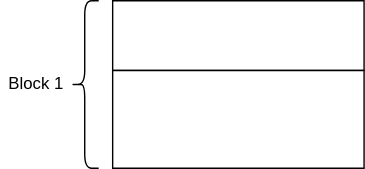
zwangsheng/draw keeps this draw.io diagram as levelDB/LevelDB-LogFile.drawio.svg. Above is the earlier version. Source tidied: cells renumbered, new cells last; positions are measured from the earlier drawing's top-left corner, leaving out a move shared by most shapes. The source it was exported from:
```xml
<mxGraphModel>
  <root>
    <mxCell id="0" />
    <mxCell id="1" parent="0" />
    <mxCell id="2" style="shape=curlyBracket;whiteSpace=wrap;html=1;rounded=1;" parent="1" vertex="1">
      <mxGeometry x="50" width="20" height="120" as="geometry" />
    </mxCell>
    <mxCell id="3" style="verticalLabelPosition=bottom;verticalAlign=top;html=1;shape=mxgraph.basic.rect;fillColor2=none;strokeWidth=1;size=20;indent=5;" parent="1" vertex="1">
      <mxGeometry x="80" width="180" height="50" as="geometry" />
    </mxCell>
    <mxCell id="4" style="verticalLabelPosition=bottom;verticalAlign=top;html=1;shape=mxgraph.basic.rect;fillColor2=none;strokeWidth=1;size=20;indent=5;" parent="1" vertex="1">
      <mxGeometry x="80" y="50" width="180" height="70" as="geometry" />
    </mxCell>
    <mxCell id="5" value="Block 1" style="text;html=1;align=center;verticalAlign=middle;fillColor=none;strokeColor=none;rounded=0;" parent="1" vertex="1">
      <mxGeometry y="50" width="50" height="20" as="geometry" />
    </mxCell>
  </root>
</mxGraphModel>
```
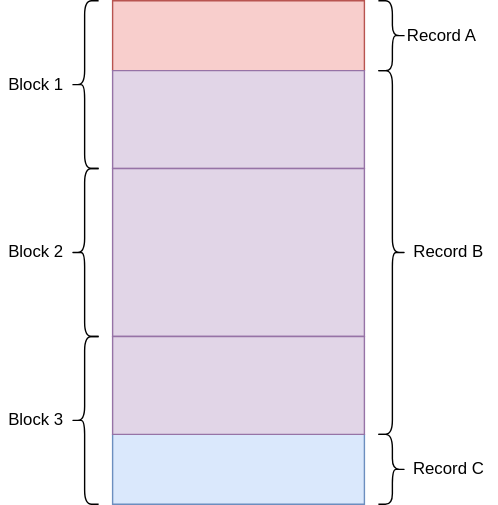
After the commit.

The edit, as a diff of the source:
```diff
@@ -5,14 +5,53 @@
     <mxCell id="2" style="shape=curlyBracket;whiteSpace=wrap;html=1;rounded=1;" parent="1" vertex="1">
       <mxGeometry x="50" width="20" height="120" as="geometry" />
     </mxCell>
-    <mxCell id="3" style="verticalLabelPosition=bottom;verticalAlign=top;html=1;shape=mxgraph.basic.rect;fillColor2=none;strokeWidth=1;size=20;indent=5;" parent="1" vertex="1">
+    <mxCell id="3" style="verticalLabelPosition=bottom;verticalAlign=top;html=1;shape=mxgraph.basic.rect;fillColor2=none;strokeWidth=1;size=20;indent=5;fillColor=#f8cecc;strokeColor=#b85450;" parent="1" vertex="1">
       <mxGeometry x="80" width="180" height="50" as="geometry" />
     </mxCell>
-    <mxCell id="4" style="verticalLabelPosition=bottom;verticalAlign=top;html=1;shape=mxgraph.basic.rect;fillColor2=none;strokeWidth=1;size=20;indent=5;" parent="1" vertex="1">
+    <mxCell id="4" style="verticalLabelPosition=bottom;verticalAlign=top;html=1;shape=mxgraph.basic.rect;fillColor2=none;strokeWidth=1;size=20;indent=5;fillColor=#e1d5e7;strokeColor=#9673a6;" parent="1" vertex="1">
       <mxGeometry x="80" y="50" width="180" height="70" as="geometry" />
     </mxCell>
     <mxCell id="5" value="Block 1" style="text;html=1;align=center;verticalAlign=middle;fillColor=none;strokeColor=none;rounded=0;" parent="1" vertex="1">
       <mxGeometry y="50" width="50" height="20" as="geometry" />
     </mxCell>
+    <mxCell id="6" style="rounded=0;whiteSpace=wrap;html=1;fillColor=#e1d5e7;strokeColor=#9673a6;" parent="1" vertex="1">
+      <mxGeometry x="80" y="120" width="180" height="120" as="geometry" />
+    </mxCell>
+    <mxCell id="7" style="verticalLabelPosition=bottom;verticalAlign=top;html=1;shape=mxgraph.basic.rect;fillColor2=none;strokeWidth=1;size=20;indent=5;fillColor=#dae8fc;strokeColor=#6c8ebf;" parent="1" vertex="1">
+      <mxGeometry x="80" y="310" width="180" height="50" as="geometry" />
+    </mxCell>
+    <mxCell id="8" style="verticalLabelPosition=bottom;verticalAlign=top;html=1;shape=mxgraph.basic.rect;fillColor2=none;strokeWidth=1;size=20;indent=5;fillColor=#e1d5e7;strokeColor=#9673a6;" parent="1" vertex="1">
+      <mxGeometry x="80" y="240" width="180" height="70" as="geometry" />
+    </mxCell>
+    <mxCell id="9" style="shape=curlyBracket;whiteSpace=wrap;html=1;rounded=1;" parent="1" vertex="1">
+      <mxGeometry x="50" y="240" width="20" height="120" as="geometry" />
+    </mxCell>
+    <mxCell id="10" style="shape=curlyBracket;whiteSpace=wrap;html=1;rounded=1;" parent="1" vertex="1">
+      <mxGeometry x="50" y="120" width="20" height="120" as="geometry" />
+    </mxCell>
+    <mxCell id="11" value="Block 3" style="text;html=1;align=center;verticalAlign=middle;fillColor=none;strokeColor=none;rounded=0;" parent="1" vertex="1">
+      <mxGeometry y="290" width="50" height="20" as="geometry" />
+    </mxCell>
+    <mxCell id="12" value="Block 2" style="text;html=1;align=center;verticalAlign=middle;fillColor=none;strokeColor=none;rounded=0;" parent="1" vertex="1">
+      <mxGeometry y="170" width="50" height="20" as="geometry" />
+    </mxCell>
+    <mxCell id="13" style="shape=curlyBracket;whiteSpace=wrap;html=1;rounded=1;flipH=1;" parent="1" vertex="1">
+      <mxGeometry x="270" width="20" height="50" as="geometry" />
+    </mxCell>
+    <mxCell id="14" style="shape=curlyBracket;whiteSpace=wrap;html=1;rounded=1;flipH=1;" parent="1" vertex="1">
+      <mxGeometry x="270" y="310" width="20" height="50" as="geometry" />
+    </mxCell>
+    <mxCell id="15" style="shape=curlyBracket;whiteSpace=wrap;html=1;rounded=1;flipH=1;" parent="1" vertex="1">
+      <mxGeometry x="270" y="50" width="20" height="260" as="geometry" />
+    </mxCell>
+    <mxCell id="16" value="Record A" style="text;html=1;align=center;verticalAlign=middle;fillColor=none;strokeColor=none;rounded=0;" parent="1" vertex="1">
+      <mxGeometry x="285" y="15" width="60" height="20" as="geometry" />
+    </mxCell>
+    <mxCell id="17" value="Record B" style="text;html=1;align=center;verticalAlign=middle;fillColor=none;strokeColor=none;rounded=0;" parent="1" vertex="1">
+      <mxGeometry x="285" y="170" width="70" height="20" as="geometry" />
+    </mxCell>
+    <mxCell id="18" value="Record C" style="text;html=1;align=center;verticalAlign=middle;fillColor=none;strokeColor=none;rounded=0;" parent="1" vertex="1">
+      <mxGeometry x="285" y="325" width="70" height="20" as="geometry" />
+    </mxCell>
   </root>
 </mxGraphModel>
```
